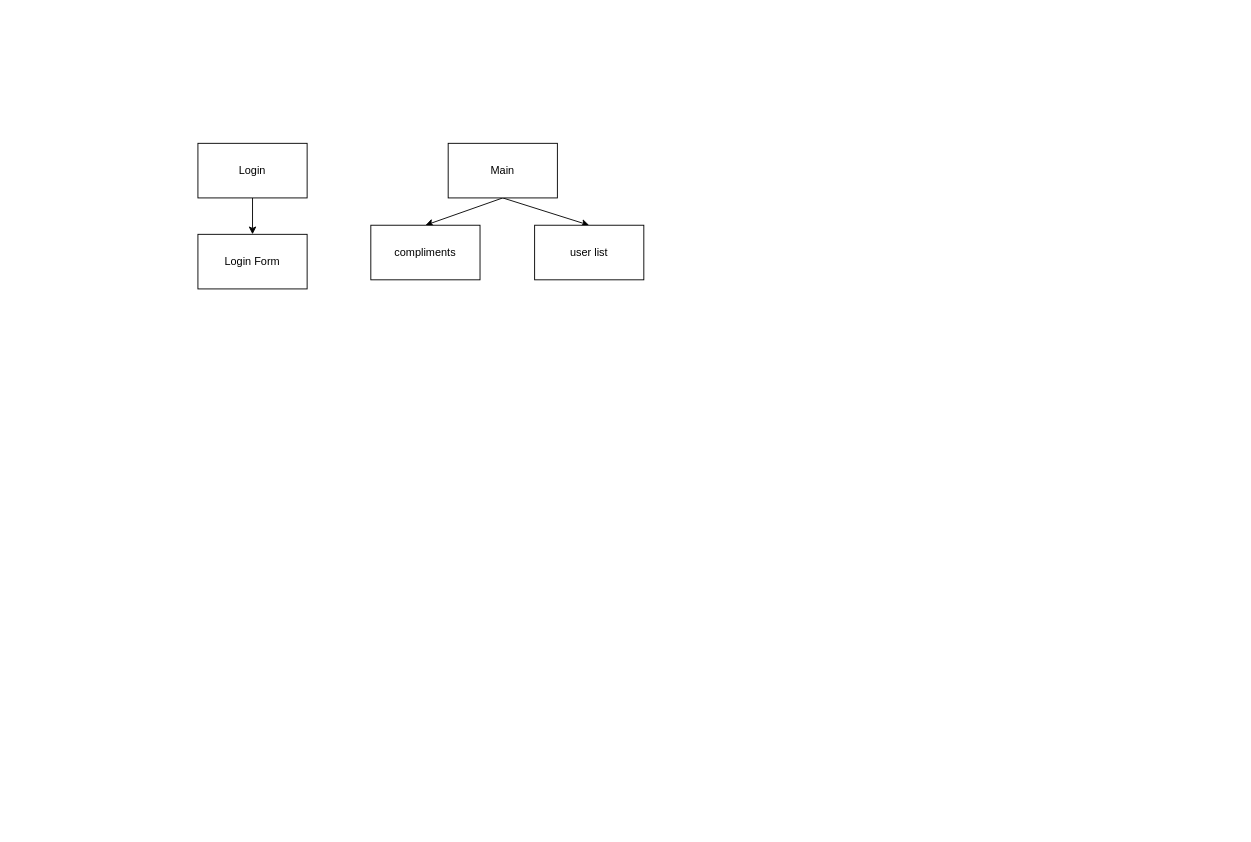
Before: client/src/components/componentMap.drawio in ekollie/phase-4-project, a draw.io diagram. Source tidied: cells renumbered, new cells numbered last; positions are measured from the earlier drawing's top-left corner, leaving out a move shared by most shapes. Both pictures are drawn from the tidied source at 91%, with x=0, y=0 at pixel (197, 143).
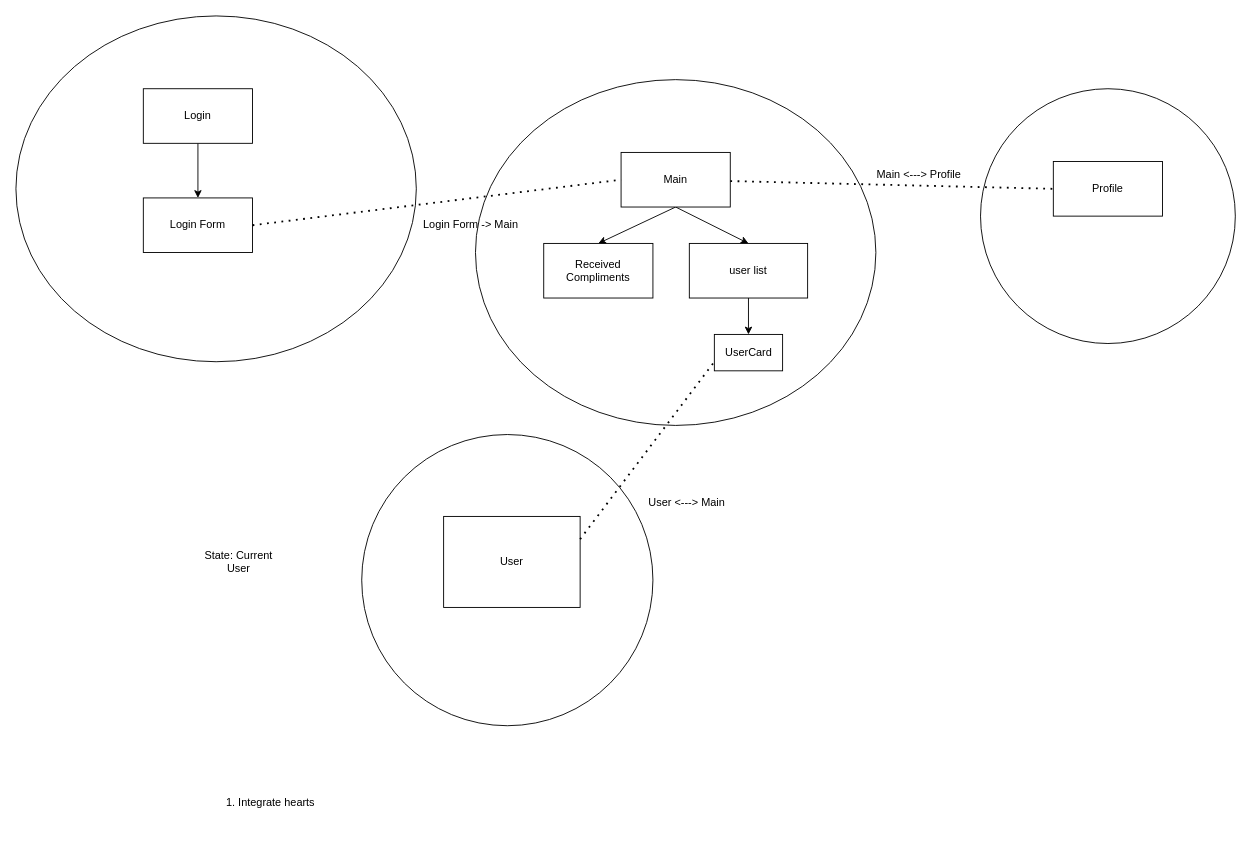
The same diagram, later.

Commit message (it also covers changes not shown here):
to do posted + react routes/states mapped in drawio

The edit, as a diff of the source:
```diff
@@
+    <mxCell id="10" style="ellipse;whiteSpace=wrap;html=1;" parent="1" vertex="1">
+      <mxGeometry x="305" y="-70" width="440" height="380" as="geometry" />
+    </mxCell>
+    <mxCell id="5" style="edgeStyle=none;html=1;exitX=0.5;exitY=1;exitDx=0;exitDy=0;entryX=0.5;entryY=0;entryDx=0;entryDy=0;" parent="1" edge="1" source="7" target="8">
+      <mxGeometry relative="1" as="geometry" />
+    </mxCell>
+    <mxCell id="6" style="edgeStyle=none;html=1;exitX=0.5;exitY=1;exitDx=0;exitDy=0;entryX=0.5;entryY=0;entryDx=0;entryDy=0;" parent="1" edge="1" source="7" target="9">
+      <mxGeometry relative="1" as="geometry" />
+    </mxCell>
+    <mxCell id="7" value="Main" style="rounded=0;whiteSpace=wrap;html=1;" parent="1" vertex="1">
+      <mxGeometry x="465" y="10" width="120" height="60" as="geometry" />
+    </mxCell>
+    <mxCell id="11" style="edgeStyle=none;html=1;exitX=0.5;exitY=1;exitDx=0;exitDy=0;entryX=0.5;entryY=0;entryDx=0;entryDy=0;" parent="1" edge="1" source="8" target="15">
+      <mxGeometry relative="1" as="geometry" />
+    </mxCell>
+    <mxCell id="8" value="user list" style="rounded=0;whiteSpace=wrap;html=1;" parent="1" vertex="1">
+      <mxGeometry x="540" y="110" width="130" height="60" as="geometry" />
+    </mxCell>
+    <mxCell id="9" value="Received Compliments" style="rounded=0;whiteSpace=wrap;html=1;" parent="1" vertex="1">
+      <mxGeometry x="380" y="110" width="120" height="60" as="geometry" />
+    </mxCell>
+    <mxCell id="12" style="ellipse;whiteSpace=wrap;html=1;" parent="1" vertex="1">
+      <mxGeometry x="-200" y="-140" width="440" height="380" as="geometry" />
+    </mxCell>
@@
     <mxCell id="3" value="Login" style="rounded=0;whiteSpace=wrap;html=1;" parent="1" vertex="1">
-      <mxGeometry width="120" height="60" as="geometry" />
+      <mxGeometry x="-60" y="-60" width="120" height="60" as="geometry" />
     </mxCell>
     <mxCell id="4" value="Login Form" style="rounded=0;whiteSpace=wrap;html=1;" parent="1" vertex="1">
-      <mxGeometry y="100" width="120" height="60" as="geometry" />
+      <mxGeometry x="-60" y="60" width="120" height="60" as="geometry" />
     </mxCell>
-    <mxCell id="5" style="edgeStyle=none;html=1;exitX=0.5;exitY=1;exitDx=0;exitDy=0;entryX=0.5;entryY=0;entryDx=0;entryDy=0;" parent="1" edge="1" source="7" target="8">
-      <mxGeometry relative="1" as="geometry" />
-    </mxCell>
-    <mxCell id="6" style="edgeStyle=none;html=1;exitX=0.5;exitY=1;exitDx=0;exitDy=0;entryX=0.5;entryY=0;entryDx=0;entryDy=0;" parent="1" edge="1" source="7" target="9">
-      <mxGeometry relative="1" as="geometry" />
-    </mxCell>
-    <mxCell id="7" value="Main" style="rounded=0;whiteSpace=wrap;html=1;" parent="1" vertex="1">
-      <mxGeometry x="275" width="120" height="60" as="geometry" />
-    </mxCell>
-    <mxCell id="8" value="user list" style="rounded=0;whiteSpace=wrap;html=1;" parent="1" vertex="1">
-      <mxGeometry x="370" y="90" width="120" height="60" as="geometry" />
-    </mxCell>
-    <mxCell id="9" value="compliments" style="rounded=0;whiteSpace=wrap;html=1;" parent="1" vertex="1">
-      <mxGeometry x="190" y="90" width="120" height="60" as="geometry" />
-    </mxCell>
+    <mxCell id="13" style="endArrow=none;dashed=1;html=1;dashPattern=1 3;strokeWidth=2;exitX=1;exitY=0.5;exitDx=0;exitDy=0;entryX=0;entryY=0.5;entryDx=0;entryDy=0;" parent="1" edge="1" source="4" target="7">
+      <mxGeometry relative="1" as="geometry" />
+    </mxCell>
+    <mxCell id="14" value="Login Form -&amp;gt; Main" style="text;html=1;strokeColor=none;fillColor=none;align=center;verticalAlign=middle;whiteSpace=wrap;rounded=0;" parent="1" vertex="1">
+      <mxGeometry x="235" y="70" width="130" height="40" as="geometry" />
+    </mxCell>
+    <mxCell id="15" value="UserCard" style="rounded=0;whiteSpace=wrap;html=1;" parent="1" vertex="1">
+      <mxGeometry x="567.5" y="210" width="75" height="40" as="geometry" />
+    </mxCell>
+    <mxCell id="16" style="ellipse;whiteSpace=wrap;html=1;" parent="1" vertex="1">
+      <mxGeometry x="180" y="320" width="320" height="320" as="geometry" />
+    </mxCell>
+    <mxCell id="17" value="User" style="rounded=0;whiteSpace=wrap;html=1;" parent="1" vertex="1">
+      <mxGeometry x="270" y="410" width="150" height="100" as="geometry" />
+    </mxCell>
+    <mxCell id="18" style="endArrow=none;dashed=1;html=1;dashPattern=1 3;strokeWidth=2;entryX=0;entryY=0.75;entryDx=0;entryDy=0;exitX=1;exitY=0.25;exitDx=0;exitDy=0;" parent="1" edge="1" source="17" target="15">
+      <mxGeometry relative="1" as="geometry" />
+    </mxCell>
+    <mxCell id="19" value="User &amp;lt;---&amp;gt; Main" style="text;html=1;strokeColor=none;fillColor=none;align=center;verticalAlign=middle;whiteSpace=wrap;rounded=0;" parent="1" vertex="1">
+      <mxGeometry x="490" y="380" width="95" height="30" as="geometry" />
+    </mxCell>
+    <mxCell id="20" style="ellipse;whiteSpace=wrap;html=1;" parent="1" vertex="1">
+      <mxGeometry x="860" y="-60" width="280" height="280" as="geometry" />
+    </mxCell>
+    <mxCell id="21" value="Profile" style="rounded=0;whiteSpace=wrap;html=1;" parent="1" vertex="1">
+      <mxGeometry x="940" y="20" width="120" height="60" as="geometry" />
+    </mxCell>
+    <mxCell id="22" style="endArrow=none;dashed=1;html=1;dashPattern=1 3;strokeWidth=2;entryX=0;entryY=0.5;entryDx=0;entryDy=0;" parent="1" edge="1" source="7" target="21">
+      <mxGeometry relative="1" as="geometry" />
+    </mxCell>
+    <mxCell id="23" value="Main &amp;lt;---&amp;gt; Profile" style="text;html=1;strokeColor=none;fillColor=none;align=center;verticalAlign=middle;whiteSpace=wrap;rounded=0;" parent="1" vertex="1">
+      <mxGeometry x="740" y="20" width="105" height="30" as="geometry" />
+    </mxCell>
+    <mxCell id="24" value="1. Integrate hearts" style="text;html=1;strokeColor=none;fillColor=none;align=center;verticalAlign=middle;whiteSpace=wrap;rounded=0;" parent="1" vertex="1">
+      <mxGeometry x="-30" y="700" width="220" height="50" as="geometry" />
+    </mxCell>
+    <mxCell id="25" value="State: Current User" style="text;html=1;strokeColor=none;fillColor=none;align=center;verticalAlign=middle;whiteSpace=wrap;rounded=0;" parent="1" vertex="1">
+      <mxGeometry y="430" width="90" height="60" as="geometry" />
+    </mxCell>
```
